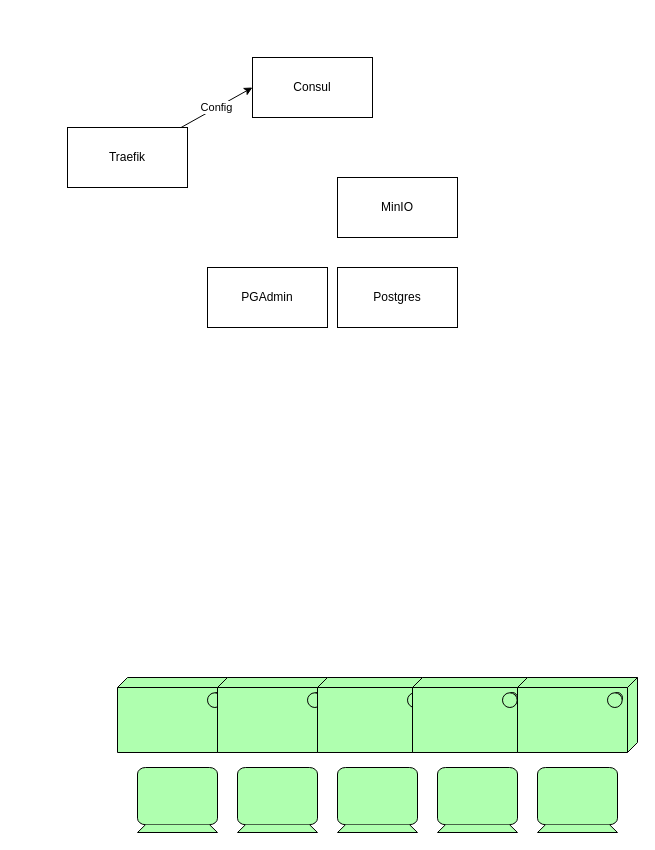
This is page "Services" (2 of 3) of design/analysis.drawio from huybrechtsxyz/huybrechtsxyz, a draw.io file, before an edit. Source tidied: cells renumbered, new cells numbered last; positions are measured from the earlier drawing's top-left corner, leaving out a move shared by most shapes. Both pictures are drawn from the tidied source at 100%, with x=0, y=0 at pixel (67, 57).
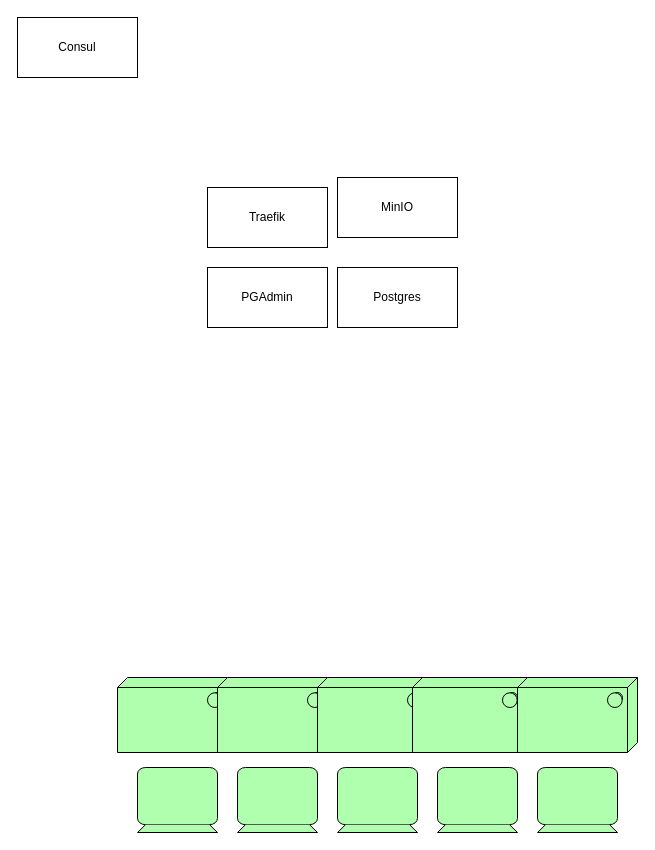
The same diagram, later.

Diff of the diagram source:
```diff
@@
 <mxGraphModel>
   <root>
     <mxCell id="0" />
     <mxCell id="1" parent="0" />
     <mxCell id="2" style="html=1;whiteSpace=wrap;fillColor=#AFFFAF;shape=mxgraph.archimate3.device;" parent="1" vertex="1">
       <mxGeometry x="70" y="710" width="80" height="65" as="geometry" />
     </mxCell>
     <mxCell id="3" style="html=1;whiteSpace=wrap;fillColor=#AFFFAF;shape=mxgraph.archimate3.device;" parent="1" vertex="1">
       <mxGeometry x="170" y="710" width="80" height="65" as="geometry" />
     </mxCell>
     <mxCell id="4" style="html=1;whiteSpace=wrap;fillColor=#AFFFAF;shape=mxgraph.archimate3.device;" parent="1" vertex="1">
       <mxGeometry x="270" y="710" width="80" height="65" as="geometry" />
     </mxCell>
     <mxCell id="5" style="html=1;whiteSpace=wrap;fillColor=#AFFFAF;shape=mxgraph.archimate3.device;" parent="1" vertex="1">
       <mxGeometry x="370" y="710" width="80" height="65" as="geometry" />
     </mxCell>
     <mxCell id="6" style="html=1;whiteSpace=wrap;fillColor=#AFFFAF;shape=mxgraph.archimate3.device;" parent="1" vertex="1">
       <mxGeometry x="470" y="710" width="80" height="65" as="geometry" />
     </mxCell>
     <mxCell id="7" style="html=1;whiteSpace=wrap;fillColor=#AFFFAF;shape=mxgraph.archimate3.tech;techType=sysSw;" parent="1" vertex="1">
       <mxGeometry x="50" y="620" width="120" height="75" as="geometry" />
     </mxCell>
     <mxCell id="8" style="html=1;whiteSpace=wrap;fillColor=#AFFFAF;shape=mxgraph.archimate3.tech;techType=sysSw;" parent="1" vertex="1">
       <mxGeometry x="150" y="620" width="120" height="75" as="geometry" />
     </mxCell>
     <mxCell id="9" style="html=1;whiteSpace=wrap;fillColor=#AFFFAF;shape=mxgraph.archimate3.tech;techType=sysSw;" parent="1" vertex="1">
       <mxGeometry x="250" y="620" width="120" height="75" as="geometry" />
     </mxCell>
     <mxCell id="10" style="html=1;whiteSpace=wrap;fillColor=#AFFFAF;shape=mxgraph.archimate3.tech;techType=sysSw;" parent="1" vertex="1">
       <mxGeometry x="345" y="620" width="120" height="75" as="geometry" />
     </mxCell>
     <mxCell id="11" style="html=1;whiteSpace=wrap;fillColor=#AFFFAF;shape=mxgraph.archimate3.tech;techType=sysSw;" parent="1" vertex="1">
       <mxGeometry x="450" y="620" width="120" height="75" as="geometry" />
     </mxCell>
     <mxCell id="12" value="Consul" style="rounded=0;whiteSpace=wrap;html=1;" parent="1" vertex="1">
-      <mxGeometry x="185" width="120" height="60" as="geometry" />
+      <mxGeometry x="-50" y="-40" width="120" height="60" as="geometry" />
     </mxCell>
-    <mxCell id="13" value="Config" style="edgeStyle=none;html=1;entryX=0;entryY=0.5;entryDx=0;entryDy=0;" parent="1" edge="1" source="14" target="12">
-      <mxGeometry relative="1" as="geometry" />
-    </mxCell>
     <mxCell id="14" value="Traefik" style="rounded=0;whiteSpace=wrap;html=1;" parent="1" vertex="1">
-      <mxGeometry y="70" width="120" height="60" as="geometry" />
+      <mxGeometry x="140" y="130" width="120" height="60" as="geometry" />
     </mxCell>
     <mxCell id="15" value="MinIO" style="rounded=0;whiteSpace=wrap;html=1;" parent="1" vertex="1">
       <mxGeometry x="270" y="120" width="120" height="60" as="geometry" />
     </mxCell>
     <mxCell id="16" value="Postgres" style="rounded=0;whiteSpace=wrap;html=1;" parent="1" vertex="1">
       <mxGeometry x="270" y="210" width="120" height="60" as="geometry" />
     </mxCell>
     <mxCell id="17" value="PGAdmin" style="rounded=0;whiteSpace=wrap;html=1;" parent="1" vertex="1">
       <mxGeometry x="140" y="210" width="120" height="60" as="geometry" />
     </mxCell>
   </root>
 </mxGraphModel>
```
